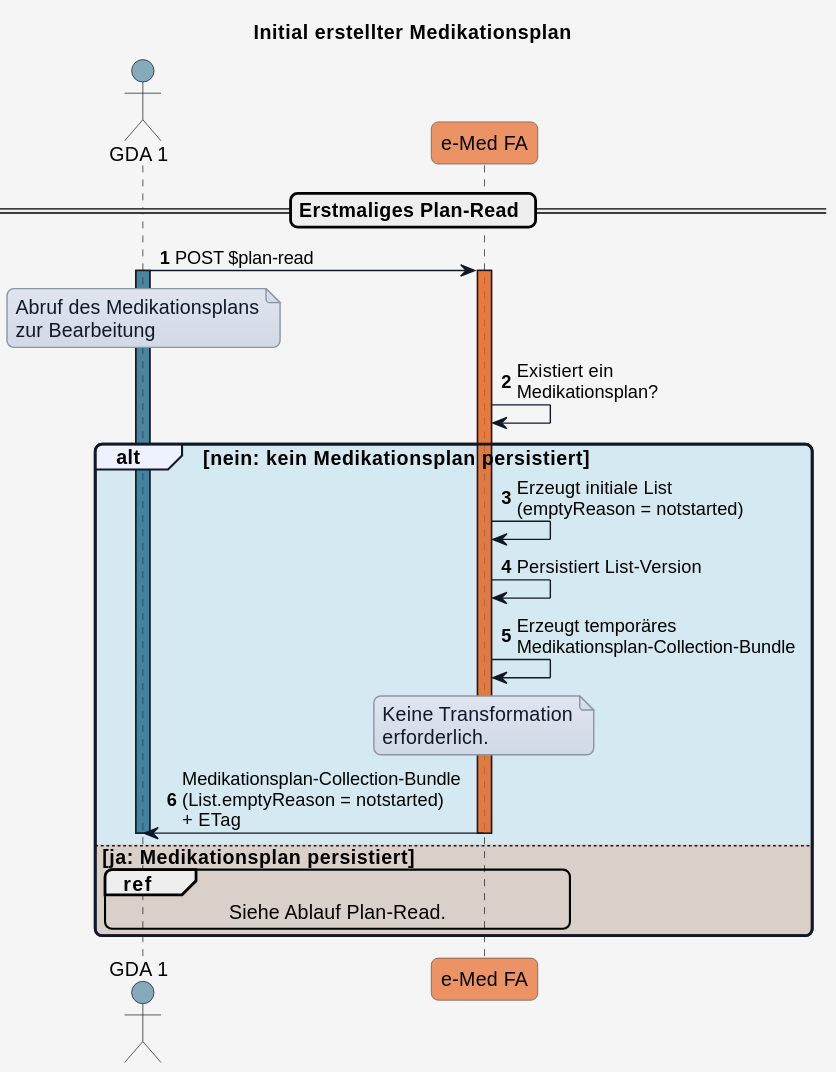
The PlantUML diagram r4-ELGA-e-Medikation-main/plantuml/UC_eMed_01_03.svg in HL7Austria/hl7austria.github.io, before a commit.
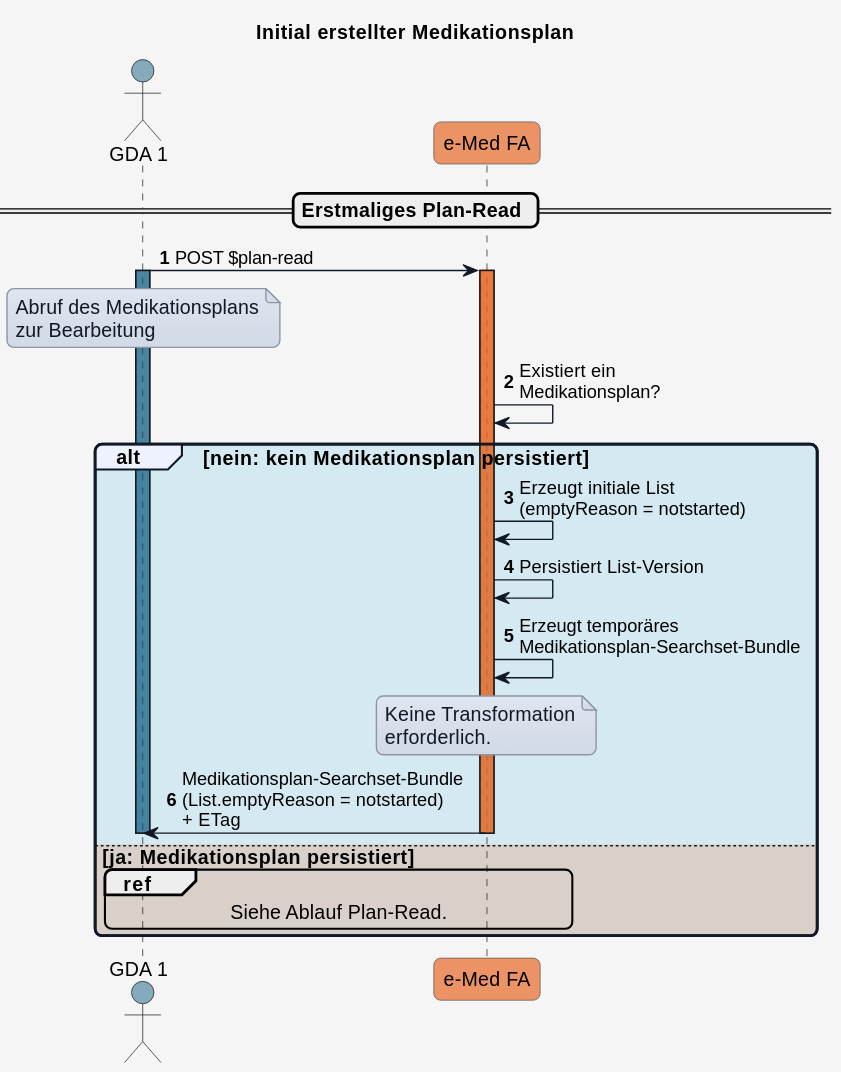
After the change.

What changed in the source:
```diff
@@ -71,13 +71,13 @@
 
   eMed_FA -> eMed_FA: Erzeugt initiale List\n(emptyReason = notstarted)
   eMed_FA -> eMed_FA: Persistiert List-Version
-  eMed_FA -> eMed_FA: Erzeugt temporäres\nMedikationsplan-Collection-Bundle
+  eMed_FA -> eMed_FA: Erzeugt temporäres\nMedikationsplan-Searchset-Bundle
 
   note over eMed_FA
   Keine Transformation
   erforderlich.
   end note
-  eMed_FA -> GDA_1: Medikationsplan-Collection-Bundle\n(List.emptyReason = notstarted)\n+ ETag
+  eMed_FA -> GDA_1: Medikationsplan-Searchset-Bundle\n(List.emptyReason = notstarted)\n+ ETag
   deactivate eMed_FA
 
 
```
